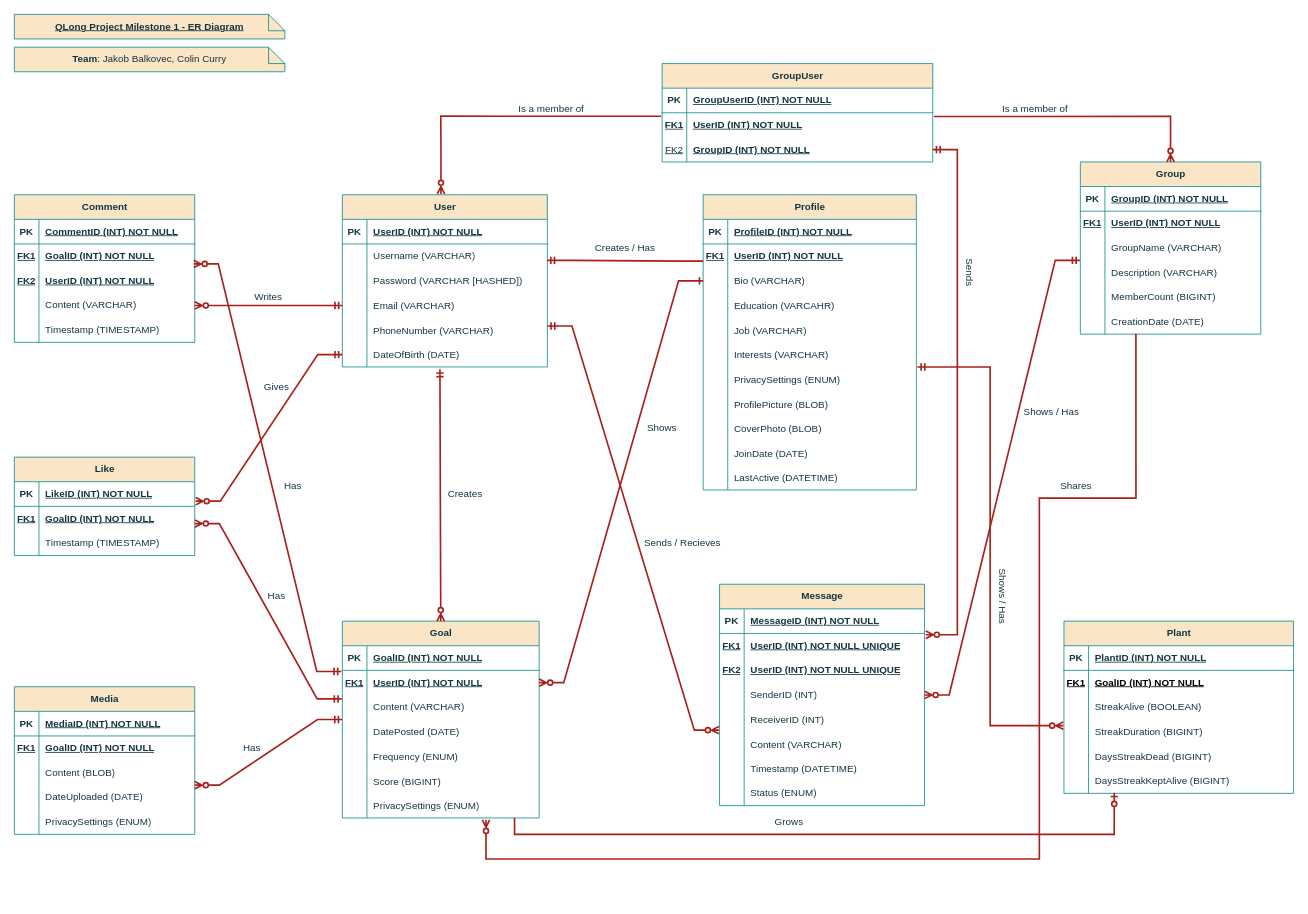
j-balkovec/CPSC3300 keeps this draw.io diagram as ERdiagram/project_milestone1_erd.drawio. Above is the earlier version. Source tidied: cells renumbered, new cells numbered last; positions are measured from the earlier drawing's top-left corner, leaving out a move shared by most shapes. Both pictures are drawn from the tidied source at 82%, with x=0, y=0 at pixel (14, 14).
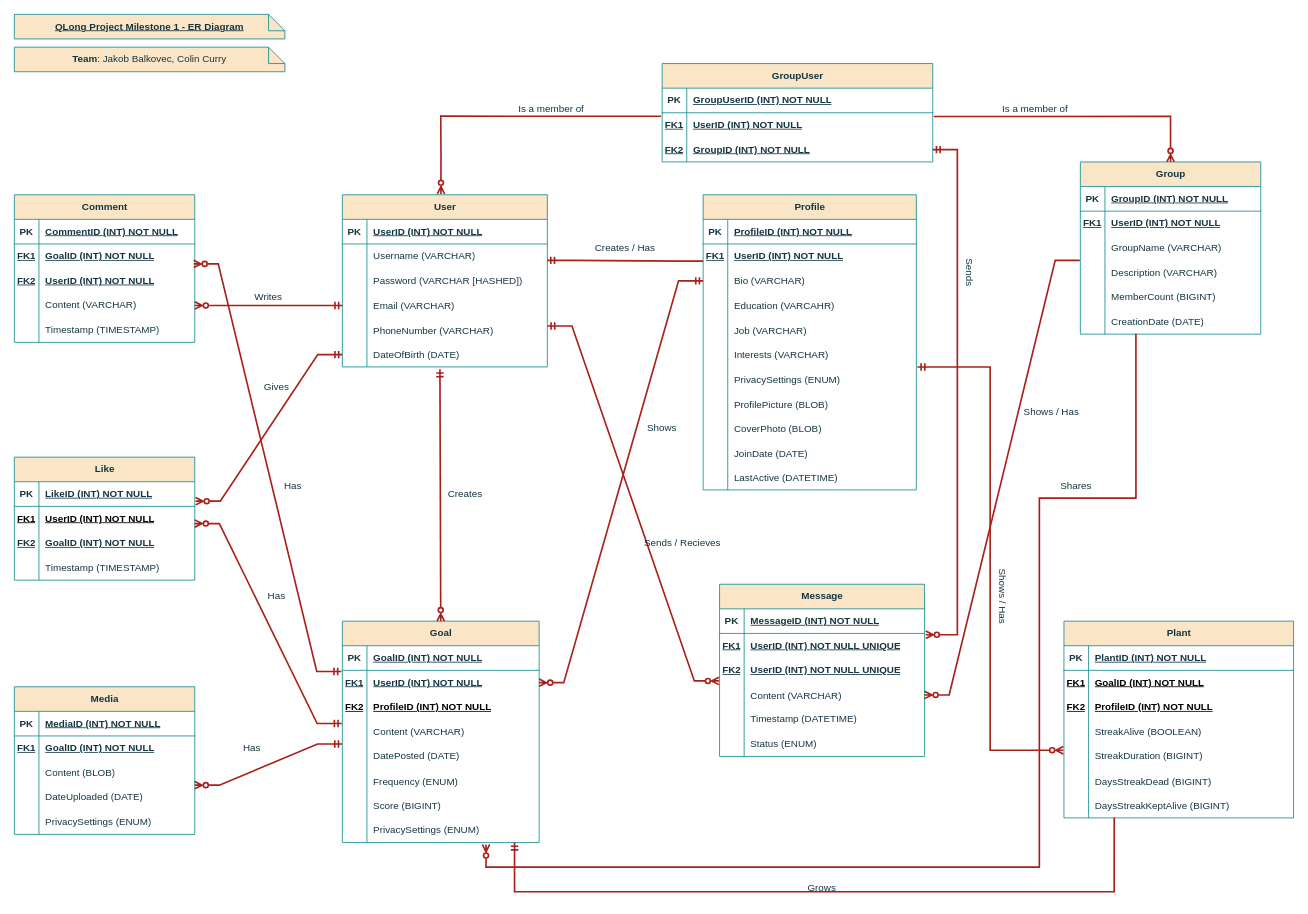
Above is the later version.

The change refers to these unchanged cells:
```xml
<mxCell id="74" style="shape=tableRow;horizontal=0;startSize=0;swimlaneHead=0;swimlaneBody=0;fillColor=none;points=[[0,0.5],[1,0.5]];portConstraint=eastwest;top=0;left=0;right=0;bottom=0;strokeColor=#0F8B8D;fontColor=#143642;labelBackgroundColor=none;" parent="64" vertex="1">
  <mxGeometry y="120" width="220" height="30" as="geometry" />
</mxCell>
<mxCell id="80" style="shape=tableRow;horizontal=0;startSize=0;swimlaneHead=0;swimlaneBody=0;fillColor=none;points=[[0,0.5],[1,0.5]];portConstraint=eastwest;top=0;left=0;right=0;bottom=0;strokeColor=#0F8B8D;fontColor=#143642;labelBackgroundColor=none;" parent="64" vertex="1">
  <mxGeometry y="180" width="220" height="30" as="geometry" />
</mxCell>
<mxCell id="103" style="shape=tableRow;horizontal=0;startSize=0;swimlaneHead=0;swimlaneBody=0;fillColor=none;points=[[0,0.5],[1,0.5]];portConstraint=eastwest;top=0;left=0;right=0;bottom=0;strokeColor=#0F8B8D;fontColor=#143642;labelBackgroundColor=none;" parent="99" vertex="1">
  <mxGeometry y="60" width="240" height="30" as="geometry" />
</mxCell>
<mxCell id="128" style="shape=tableRow;horizontal=0;startSize=0;swimlaneHead=0;swimlaneBody=0;fillColor=none;points=[[0,0.5],[1,0.5]];portConstraint=eastwest;top=0;left=0;right=0;bottom=0;strokeColor=#0F8B8D;fontColor=#143642;labelBackgroundColor=none;" parent="121" vertex="1">
  <mxGeometry y="90" width="260" height="30" as="geometry" />
</mxCell>
<mxCell id="204" style="shape=tableRow;horizontal=0;startSize=0;swimlaneHead=0;swimlaneBody=0;fillColor=none;points=[[0,0.5],[1,0.5]];portConstraint=eastwest;top=0;left=0;right=0;bottom=0;strokeColor=#0F8B8D;fontColor=#143642;" parent="197" vertex="1">
  <mxGeometry y="90" width="330" height="30" as="geometry" />
</mxCell>
```

Change to the diagram source:
```diff
@@
     <mxCell id="39" value="Message" style="shape=table;startSize=30;childLayout=tableLayout;rowLines=0;fontStyle=1;align=center;html=1;strokeColor=#0F8B8D;fontColor=#143642;fillColor=#FAE5C7;labelBackgroundColor=none;" parent="1" vertex="1">
-      <mxGeometry x="860" y="695" width="250" height="270" as="geometry" />
+      <mxGeometry x="860" y="695" width="250" height="210" as="geometry" />
     </mxCell>
@@
-    <mxCell id="49" style="shape=tableRow;horizontal=0;startSize=0;swimlaneHead=0;swimlaneBody=0;fillColor=none;points=[[0,0.5],[1,0.5]];portConstraint=eastwest;top=0;left=0;right=0;bottom=0;strokeColor=#0F8B8D;fontColor=#143642;labelBackgroundColor=none;" parent="39" vertex="1">
-      <mxGeometry y="120" width="250" height="30" as="geometry" />
-    </mxCell>
-    <mxCell id="50" style="shape=partialRectangle;fillColor=none;top=0;left=0;bottom=0;right=0;overflow=hidden;whiteSpace=wrap;html=1;strokeColor=#0F8B8D;fontColor=#143642;labelBackgroundColor=none;" parent="49" vertex="1">
-      <mxGeometry width="30" height="30" as="geometry" />
-    </mxCell>
-    <mxCell id="51" value="SenderID (INT)" style="shape=partialRectangle;fillColor=none;top=0;left=0;bottom=0;right=0;align=left;spacingLeft=6;overflow=hidden;whiteSpace=wrap;html=1;strokeColor=#0F8B8D;fontColor=#143642;labelBackgroundColor=none;" parent="49" vertex="1">
-      <mxGeometry x="30" width="220" height="30" as="geometry" />
-    </mxCell>
-    <mxCell id="52" style="shape=tableRow;horizontal=0;startSize=0;swimlaneHead=0;swimlaneBody=0;fillColor=none;top=0;left=0;right=0;bottom=0;strokeColor=#0F8B8D;fontColor=#143642;labelBackgroundColor=none;" parent="39" vertex="1">
-      <mxGeometry y="150" width="250" height="30" as="geometry" />
-    </mxCell>
-    <mxCell id="53" style="shape=partialRectangle;fillColor=none;top=0;left=0;bottom=0;right=0;overflow=hidden;strokeColor=#0F8B8D;fontColor=#143642;labelBackgroundColor=none;" parent="52" vertex="1">
-      <mxGeometry width="30" height="30" as="geometry" />
-    </mxCell>
-    <mxCell id="54" value="ReceiverID (INT)" style="shape=partialRectangle;fillColor=none;top=0;left=0;bottom=0;right=0;align=left;spacingLeft=6;overflow=hidden;strokeColor=#0F8B8D;fontColor=#143642;labelBackgroundColor=none;" parent="52" vertex="1">
-      <mxGeometry x="30" width="220" height="30" as="geometry" />
-    </mxCell>
     <mxCell id="55" style="shape=tableRow;horizontal=0;startSize=0;swimlaneHead=0;swimlaneBody=0;fillColor=none;points=[[0,0.5],[1,0.5]];portConstraint=eastwest;top=0;left=0;right=0;bottom=0;strokeColor=#0F8B8D;fontColor=#143642;labelBackgroundColor=none;" parent="39" vertex="1">
-      <mxGeometry y="180" width="250" height="30" as="geometry" />
+      <mxGeometry y="120" width="250" height="30" as="geometry" />
     </mxCell>
@@
     <mxCell id="58" style="shape=tableRow;horizontal=0;startSize=0;swimlaneHead=0;swimlaneBody=0;fillColor=none;top=0;left=0;right=0;bottom=0;strokeColor=#0F8B8D;fontColor=#143642;labelBackgroundColor=none;" parent="39" vertex="1">
-      <mxGeometry y="210" width="250" height="30" as="geometry" />
+      <mxGeometry y="150" width="250" height="30" as="geometry" />
     </mxCell>
@@
     <mxCell id="61" style="shape=tableRow;horizontal=0;startSize=0;swimlaneHead=0;swimlaneBody=0;fillColor=none;top=0;left=0;right=0;bottom=0;strokeColor=#0F8B8D;fontColor=#143642;labelBackgroundColor=none;" parent="39" vertex="1">
-      <mxGeometry y="240" width="250" height="30" as="geometry" />
+      <mxGeometry y="180" width="250" height="30" as="geometry" />
     </mxCell>
@@
     <mxCell id="99" value="Goal" style="shape=table;startSize=30;childLayout=tableLayout;rowLines=0;fontStyle=1;align=center;html=1;strokeColor=#0F8B8D;fontColor=#143642;fillColor=#FAE5C7;labelBackgroundColor=none;" parent="1" vertex="1">
-      <mxGeometry x="400" y="740" width="240" height="240" as="geometry" />
+      <mxGeometry x="400" y="740" width="240" height="270" as="geometry" />
     </mxCell>
@@
-    <mxCell id="105" value="&lt;b&gt;&lt;u&gt;UserID (INT) NOT NULL&lt;/u&gt;&lt;/b&gt;" style="shape=partialRectangle;fillColor=none;top=0;left=0;bottom=0;right=0;align=left;spacingLeft=6;fontStyle=0;overflow=hidden;whiteSpace=wrap;html=1;strokeColor=#0F8B8D;fontColor=#143642;labelBackgroundColor=none;" parent="103" vertex="1">
+    <mxCell id="105" value="&lt;span&gt;UserID (INT) NOT NULL&lt;/span&gt;" style="shape=partialRectangle;fillColor=none;top=0;left=0;bottom=0;right=0;align=left;spacingLeft=6;fontStyle=5;overflow=hidden;whiteSpace=wrap;html=1;strokeColor=#0F8B8D;fontColor=#143642;labelBackgroundColor=none;" parent="103" vertex="1">
       <mxGeometry x="30" width="210" height="30" as="geometry" />
     </mxCell>
+    <mxCell id="226" style="shape=tableRow;horizontal=0;startSize=0;swimlaneHead=0;swimlaneBody=0;fillColor=none;top=0;left=0;right=0;bottom=0;" parent="99" vertex="1">
+      <mxGeometry y="90" width="240" height="30" as="geometry" />
+    </mxCell>
+    <mxCell id="227" value="&lt;u&gt;&lt;b&gt;FK2&lt;/b&gt;&lt;/u&gt;" style="shape=partialRectangle;fillColor=none;top=0;left=0;bottom=0;right=0;fontStyle=0;overflow=hidden;whiteSpace=wrap;html=1;" parent="226" vertex="1">
+      <mxGeometry width="30" height="30" as="geometry" />
+    </mxCell>
+    <mxCell id="228" value="&lt;b&gt;&lt;u&gt;ProfileID (INT) NOT NULL&lt;/u&gt;&lt;/b&gt;" style="shape=partialRectangle;fillColor=none;top=0;left=0;bottom=0;right=0;align=left;spacingLeft=6;fontStyle=0;overflow=hidden;whiteSpace=wrap;html=1;" parent="226" vertex="1">
+      <mxGeometry x="30" width="210" height="30" as="geometry" />
+    </mxCell>
     <mxCell id="106" style="shape=tableRow;horizontal=0;startSize=0;swimlaneHead=0;swimlaneBody=0;fillColor=none;points=[[0,0.5],[1,0.5]];portConstraint=eastwest;top=0;left=0;right=0;bottom=0;strokeColor=#0F8B8D;fontColor=#143642;labelBackgroundColor=none;" parent="99" vertex="1">
-      <mxGeometry y="90" width="240" height="30" as="geometry" />
+      <mxGeometry y="120" width="240" height="30" as="geometry" />
     </mxCell>
@@
     <mxCell id="109" style="shape=tableRow;horizontal=0;startSize=0;swimlaneHead=0;swimlaneBody=0;fillColor=none;top=0;left=0;right=0;bottom=0;strokeColor=#0F8B8D;fontColor=#143642;labelBackgroundColor=none;" parent="99" vertex="1">
-      <mxGeometry y="120" width="240" height="30" as="geometry" />
+      <mxGeometry y="150" width="240" height="30" as="geometry" />
     </mxCell>
@@
     <mxCell id="112" style="shape=tableRow;horizontal=0;startSize=0;swimlaneHead=0;swimlaneBody=0;fillColor=none;top=0;left=0;right=0;bottom=0;strokeColor=#0F8B8D;fontColor=#143642;" parent="99" vertex="1">
-      <mxGeometry y="150" width="240" height="30" as="geometry" />
+      <mxGeometry y="180" width="240" height="30" as="geometry" />
     </mxCell>
@@
     <mxCell id="115" style="shape=tableRow;horizontal=0;startSize=0;swimlaneHead=0;swimlaneBody=0;fillColor=none;top=0;left=0;right=0;bottom=0;strokeColor=#0F8B8D;fontColor=#143642;" parent="99" vertex="1">
-      <mxGeometry y="180" width="240" height="30" as="geometry" />
+      <mxGeometry y="210" width="240" height="30" as="geometry" />
     </mxCell>
@@
     <mxCell id="118" style="shape=tableRow;horizontal=0;startSize=0;swimlaneHead=0;swimlaneBody=0;fillColor=none;points=[[0,0.5],[1,0.5]];portConstraint=eastwest;top=0;left=0;right=0;bottom=0;strokeColor=#0F8B8D;fontColor=#143642;labelBackgroundColor=none;" parent="99" vertex="1">
-      <mxGeometry y="210" width="240" height="30" as="geometry" />
+      <mxGeometry y="240" width="240" height="30" as="geometry" />
     </mxCell>
@@
     <mxCell id="155" value="Like" style="shape=table;startSize=30;childLayout=tableLayout;rowLines=0;fontStyle=1;align=center;html=1;strokeColor=#0F8B8D;fontColor=#143642;fillColor=#FAE5C7;labelBackgroundColor=none;" parent="1" vertex="1">
-      <mxGeometry y="540" width="220" height="120" as="geometry" />
+      <mxGeometry y="540" width="220" height="150" as="geometry" />
     </mxCell>
@@
+    <mxCell id="229" style="shape=tableRow;horizontal=0;startSize=0;swimlaneHead=0;swimlaneBody=0;fillColor=none;top=0;left=0;right=0;bottom=0;" parent="155" vertex="1">
+      <mxGeometry y="60" width="220" height="30" as="geometry" />
+    </mxCell>
+    <mxCell id="230" value="&lt;b&gt;&lt;u&gt;FK1&lt;/u&gt;&lt;/b&gt;" style="shape=partialRectangle;fillColor=none;top=0;left=0;bottom=0;right=0;fontStyle=0;overflow=hidden;whiteSpace=wrap;html=1;" parent="229" vertex="1">
+      <mxGeometry width="30" height="30" as="geometry" />
+    </mxCell>
+    <mxCell id="231" value="&lt;b&gt;&lt;u&gt;UserID (INT) NOT NULL&lt;/u&gt;&lt;/b&gt;" style="shape=partialRectangle;fillColor=none;top=0;left=0;bottom=0;right=0;align=left;spacingLeft=6;fontStyle=0;overflow=hidden;whiteSpace=wrap;html=1;" parent="229" vertex="1">
+      <mxGeometry x="30" width="190" height="30" as="geometry" />
+    </mxCell>
     <mxCell id="159" style="shape=tableRow;horizontal=0;startSize=0;swimlaneHead=0;swimlaneBody=0;fillColor=none;top=0;left=0;right=0;bottom=0;strokeColor=#0F8B8D;fontColor=#143642;labelBackgroundColor=none;" parent="155" vertex="1">
-      <mxGeometry y="60" width="220" height="30" as="geometry" />
+      <mxGeometry y="90" width="220" height="30" as="geometry" />
     </mxCell>
-    <mxCell id="160" value="&lt;b&gt;&lt;u&gt;FK1&lt;/u&gt;&lt;/b&gt;" style="shape=partialRectangle;fillColor=none;top=0;left=0;bottom=0;right=0;fontStyle=0;overflow=hidden;whiteSpace=wrap;html=1;strokeColor=#0F8B8D;fontColor=#143642;labelBackgroundColor=none;" parent="159" vertex="1">
+    <mxCell id="160" value="&lt;b&gt;&lt;u&gt;FK2&lt;/u&gt;&lt;/b&gt;" style="shape=partialRectangle;fillColor=none;top=0;left=0;bottom=0;right=0;fontStyle=0;overflow=hidden;whiteSpace=wrap;html=1;strokeColor=#0F8B8D;fontColor=#143642;labelBackgroundColor=none;" parent="159" vertex="1">
       <mxGeometry width="30" height="30" as="geometry" />
     </mxCell>
@@
     <mxCell id="162" style="shape=tableRow;horizontal=0;startSize=0;swimlaneHead=0;swimlaneBody=0;fillColor=none;top=0;left=0;right=0;bottom=0;strokeColor=#0F8B8D;fontColor=#143642;labelBackgroundColor=none;" parent="155" vertex="1">
-      <mxGeometry y="90" width="220" height="30" as="geometry" />
+      <mxGeometry y="120" width="220" height="30" as="geometry" />
     </mxCell>
@@
     <mxCell id="171" value="Plant" style="shape=table;startSize=30;childLayout=tableLayout;rowLines=0;fontStyle=1;align=center;html=1;labelBackgroundColor=none;fillColor=#FAE5C7;strokeColor=#0F8B8D;fontColor=#143642;" parent="1" vertex="1">
-      <mxGeometry x="1280" y="740" width="280" height="210" as="geometry" />
+      <mxGeometry x="1280" y="740" width="280" height="240" as="geometry" />
     </mxCell>
@@
+    <mxCell id="232" style="shape=tableRow;horizontal=0;startSize=0;swimlaneHead=0;swimlaneBody=0;fillColor=none;top=0;left=0;right=0;bottom=0;" parent="171" vertex="1">
+      <mxGeometry y="90" width="280" height="30" as="geometry" />
+    </mxCell>
+    <mxCell id="233" value="&lt;b&gt;&lt;u&gt;FK2&lt;/u&gt;&lt;/b&gt;" style="shape=partialRectangle;fillColor=none;top=0;left=0;bottom=0;right=0;fontStyle=0;overflow=hidden;whiteSpace=wrap;html=1;" parent="232" vertex="1">
+      <mxGeometry width="30" height="30" as="geometry" />
+    </mxCell>
+    <mxCell id="234" value="&lt;b&gt;&lt;u&gt;ProfileID (INT) NOT NULL&lt;/u&gt;&lt;/b&gt;" style="shape=partialRectangle;fillColor=none;top=0;left=0;bottom=0;right=0;align=left;spacingLeft=6;fontStyle=0;overflow=hidden;whiteSpace=wrap;html=1;" parent="232" vertex="1">
+      <mxGeometry x="30" width="250" height="30" as="geometry" />
+    </mxCell>
     <mxCell id="178" style="shape=tableRow;horizontal=0;startSize=0;swimlaneHead=0;swimlaneBody=0;fillColor=none;top=0;left=0;right=0;bottom=0;labelBackgroundColor=none;strokeColor=#0F8B8D;fontColor=#143642;" parent="171" vertex="1">
-      <mxGeometry y="90" width="280" height="30" as="geometry" />
+      <mxGeometry y="120" width="280" height="30" as="geometry" />
     </mxCell>
@@
     <mxCell id="181" style="shape=tableRow;horizontal=0;startSize=0;swimlaneHead=0;swimlaneBody=0;fillColor=none;points=[[0,0.5],[1,0.5]];portConstraint=eastwest;top=0;left=0;right=0;bottom=0;labelBackgroundColor=none;strokeColor=#0F8B8D;fontColor=#143642;" parent="171" vertex="1">
-      <mxGeometry y="120" width="280" height="30" as="geometry" />
+      <mxGeometry y="150" width="280" height="30" as="geometry" />
     </mxCell>
@@
     <mxCell id="184" style="shape=tableRow;horizontal=0;startSize=0;swimlaneHead=0;swimlaneBody=0;fillColor=none;top=0;left=0;right=0;bottom=0;labelBackgroundColor=none;strokeColor=#0F8B8D;fontColor=#143642;" parent="171" vertex="1">
-      <mxGeometry y="150" width="280" height="30" as="geometry" />
+      <mxGeometry y="180" width="280" height="30" as="geometry" />
     </mxCell>
@@
     <mxCell id="187" style="shape=tableRow;horizontal=0;startSize=0;swimlaneHead=0;swimlaneBody=0;fillColor=none;points=[[0,0.5],[1,0.5]];portConstraint=eastwest;top=0;left=0;right=0;bottom=0;labelBackgroundColor=none;strokeColor=#0F8B8D;fontColor=#143642;" parent="171" vertex="1">
-      <mxGeometry y="180" width="280" height="30" as="geometry" />
+      <mxGeometry y="210" width="280" height="30" as="geometry" />
     </mxCell>
@@
-    <mxCell id="190" style="edgeStyle=orthogonalEdgeStyle;fontSize=12;html=1;endArrow=ERzeroToOne;startArrow=none;rounded=0;strokeColor=#A8201A;fontColor=#143642;fillColor=#FAE5C7;entryX=0.219;entryY=0.978;entryDx=0;entryDy=0;entryPerimeter=0;strokeWidth=2;startFill=0;endFill=0;" parent="1" edge="1" target="187">
+    <mxCell id="190" style="edgeStyle=orthogonalEdgeStyle;fontSize=12;html=1;endArrow=none;startArrow=ERmandOne;rounded=0;strokeColor=#A8201A;fontColor=#143642;fillColor=#FAE5C7;entryX=0.219;entryY=0.978;entryDx=0;entryDy=0;entryPerimeter=0;strokeWidth=2;startFill=0;endFill=0;" parent="1" edge="1" target="187">
       <mxGeometry relative="1" as="geometry">
-        <mxPoint x="610" y="980" as="sourcePoint" />
+        <mxPoint x="610" y="1010" as="sourcePoint" />
         <Array as="points">
-          <mxPoint x="610" y="1000" />
-          <mxPoint x="1341" y="1000" />
+          <mxPoint x="610" y="1070" />
+          <mxPoint x="1341" y="1070" />
         </Array>
       </mxGeometry>
     </mxCell>
-    <mxCell id="191" style="edgeStyle=entityRelationEdgeStyle;fontSize=12;html=1;endArrow=ERone;startArrow=ERzeroToMany;rounded=0;strokeColor=#A8201A;fontColor=#143642;fillColor=#FAE5C7;exitX=1;exitY=0.5;exitDx=0;exitDy=0;strokeWidth=2;endFill=0;startFill=0;entryX=0;entryY=0.5;entryDx=0;entryDy=0;" parent="1" edge="1" source="103" target="128">
+    <mxCell id="191" style="edgeStyle=entityRelationEdgeStyle;fontSize=12;html=1;endArrow=ERmandOne;startArrow=ERzeroToMany;rounded=0;strokeColor=#A8201A;fontColor=#143642;fillColor=#FAE5C7;exitX=1;exitY=0.5;exitDx=0;exitDy=0;strokeWidth=2;endFill=0;startFill=0;entryX=0;entryY=0.5;entryDx=0;entryDy=0;" parent="1" edge="1" source="103" target="128">
       <mxGeometry relative="1" as="geometry" />
     </mxCell>
-    <mxCell id="192" style="edgeStyle=entityRelationEdgeStyle;fontSize=12;html=1;endArrow=ERmandOne;rounded=0;strokeColor=#A8201A;fontColor=#143642;fillColor=#FAE5C7;entryX=-0.003;entryY=0.003;entryDx=0;entryDy=0;entryPerimeter=0;strokeWidth=2;startArrow=ERzeroToMany;startFill=0;endFill=0;exitX=1;exitY=0.5;exitDx=0;exitDy=0;" parent="1" edge="1" source="49" target="74">
-      <mxGeometry relative="1" as="geometry" />
+    <mxCell id="192" style="edgeStyle=entityRelationEdgeStyle;fontSize=12;html=1;endArrow=none;rounded=0;strokeColor=#A8201A;fontColor=#143642;fillColor=#FAE5C7;entryX=-0.003;entryY=0.003;entryDx=0;entryDy=0;entryPerimeter=0;strokeWidth=2;startArrow=ERzeroToMany;startFill=0;endFill=0;exitX=1;exitY=0.5;exitDx=0;exitDy=0;" parent="1" edge="1" target="74">
+      <mxGeometry relative="1" as="geometry">
+        <mxPoint x="1110" y="830" as="sourcePoint" />
+      </mxGeometry>
     </mxCell>
     <mxCell id="193" style="edgeStyle=orthogonalEdgeStyle;fontSize=12;html=1;endArrow=none;rounded=0;strokeColor=#A8201A;fontColor=#143642;fillColor=#FAE5C7;exitX=0.73;exitY=1.076;exitDx=0;exitDy=0;exitPerimeter=0;entryX=0.308;entryY=0.982;entryDx=0;entryDy=0;strokeWidth=2;startArrow=ERzeroToMany;startFill=0;endFill=0;entryPerimeter=0;" parent="1" edge="1" source="118" target="80">
       <mxGeometry relative="1" as="geometry">
         <Array as="points">
-          <mxPoint x="575" y="1030" />
-          <mxPoint x="1250" y="1030" />
+          <mxPoint x="575" y="1040" />
+          <mxPoint x="1250" y="1040" />
           <mxPoint x="1250" y="590" />
           <mxPoint x="1368" y="590" />
         </Array>
       </mxGeometry>
     </mxCell>
@@
-    <mxCell id="205" value="&lt;u&gt;FK2&lt;/u&gt;" style="shape=partialRectangle;fillColor=none;top=0;left=0;bottom=0;right=0;fontStyle=0;overflow=hidden;whiteSpace=wrap;html=1;strokeColor=#0F8B8D;fontColor=#143642;" parent="204" vertex="1">
+    <mxCell id="205" value="&lt;b style=&quot;&quot;&gt;&lt;u&gt;FK2&lt;/u&gt;&lt;/b&gt;" style="shape=partialRectangle;fillColor=none;top=0;left=0;bottom=0;right=0;fontStyle=0;overflow=hidden;whiteSpace=wrap;html=1;strokeColor=#0F8B8D;fontColor=#143642;" parent="204" vertex="1">
       <mxGeometry width="30" height="30" as="geometry" />
     </mxCell>
@@
     <mxCell id="218" value="Grows" style="text;html=1;strokeColor=none;fillColor=none;align=center;verticalAlign=middle;whiteSpace=wrap;rounded=0;fontColor=#143642;rotation=0;" parent="1" vertex="1">
-      <mxGeometry x="880" y="970" width="130" height="30" as="geometry" />
+      <mxGeometry x="920" y="1050" width="130" height="30" as="geometry" />
     </mxCell>
```
